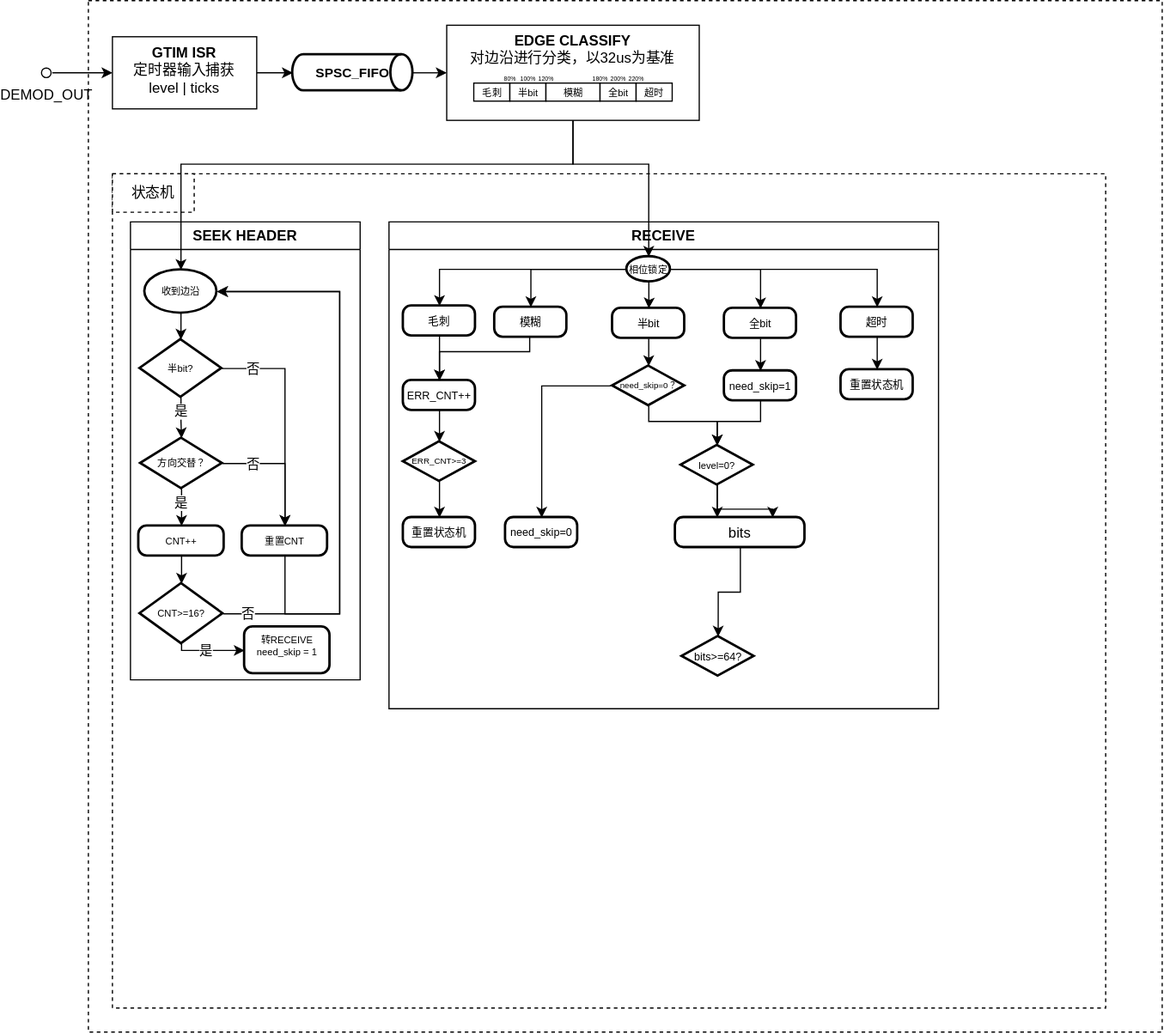
Siaiai/ObsidianNote keeps this draw.io diagram as 资源/drawio/1785915796819.drawio.svg. Above is the earlier version. Source tidied: cells renumbered, new cells last; positions are measured from the earlier drawing's top-left corner, leaving out a move shared by most shapes.
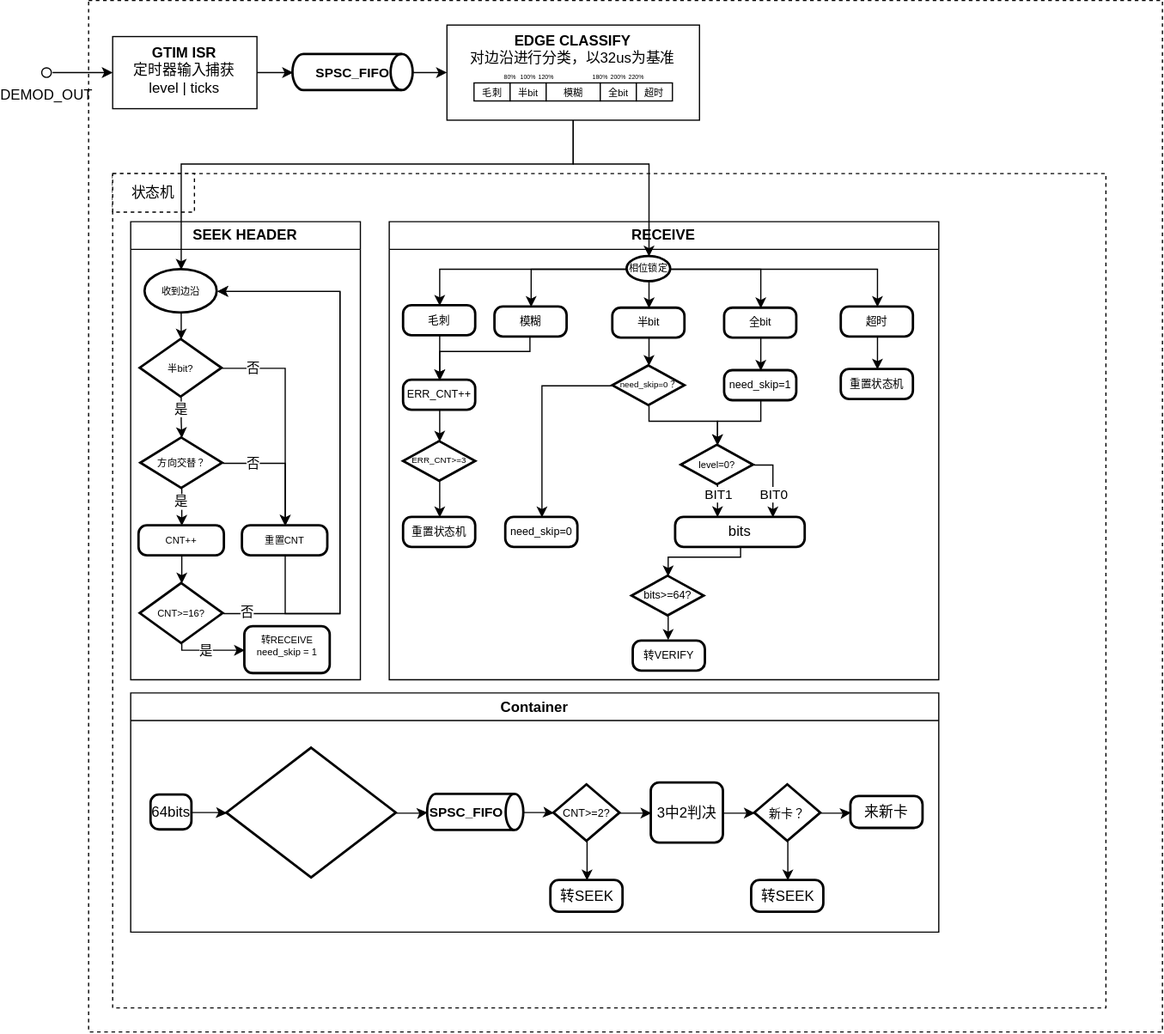
Above is the later version.

Commit message:
[自动]笔记同步:2026-08-05 22:24:48 涉及文件个数:2

Affected files:
.obsidian/workspace.json
资源/drawio/1785915796819.drawio.svg

The edit, as a diff of the source:
```diff
@@ -128,7 +128,7 @@
       </mxGeometry>
     </mxCell>
     <mxCell id="39" value="RECEIVE" style="swimlane;whiteSpace=wrap;html=1;" parent="1" vertex="1">
-      <mxGeometry x="290" y="184" width="457" height="405" as="geometry" />
+      <mxGeometry x="290" y="184" width="457" height="381" as="geometry" />
     </mxCell>
     <mxCell id="40" style="edgeStyle=orthogonalEdgeStyle;rounded=0;jettySize=auto;html=1;" parent="39" edge="1" source="45" target="47">
       <mxGeometry relative="1" as="geometry" />
@@ -205,20 +205,38 @@
     </mxCell>
     <mxCell id="60" style="edgeStyle=orthogonalEdgeStyle;rounded=0;jettySize=auto;html=1;" parent="39" edge="1" source="62">
       <mxGeometry relative="1" as="geometry">
-        <mxPoint x="273" y="246" as="targetPoint" />
+        <mxPoint x="273" y="245.8" as="targetPoint" />
       </mxGeometry>
     </mxCell>
+    <mxCell id="83" value="BIT1" style="edgeLabel;html=1;align=center;verticalAlign=middle;" parent="60" vertex="1">
+      <mxGeometry x="0.31" relative="1" as="geometry" />
+    </mxCell>
     <mxCell id="61" style="edgeStyle=orthogonalEdgeStyle;rounded=0;jettySize=auto;html=1;entryX=0.75;entryY=0;entryDx=0;entryDy=0;" parent="39" edge="1" source="62" target="59">
-      <mxGeometry relative="1" as="geometry" />
+      <mxGeometry relative="1" as="geometry">
+        <Array as="points">
+          <mxPoint x="319.1" y="202.5" />
+        </Array>
+      </mxGeometry>
     </mxCell>
+    <mxCell id="84" value="BIT0" style="edgeLabel;html=1;align=center;verticalAlign=middle;" parent="61" vertex="1">
+      <mxGeometry x="0.31" relative="1" as="geometry">
+        <mxPoint y="1" as="offset" />
+      </mxGeometry>
+    </mxCell>
     <mxCell id="62" value="level=0?" style="strokeWidth=2;html=1;shape=mxgraph.flowchart.decision;whiteSpace=wrap;fontSize=8;" parent="39" vertex="1">
       <mxGeometry x="243" y="186" width="60" height="33" as="geometry" />
     </mxCell>
     <mxCell id="63" value="bits&amp;gt;=64?" style="strokeWidth=2;html=1;shape=mxgraph.flowchart.decision;whiteSpace=wrap;fontSize=9;" parent="39" vertex="1">
-      <mxGeometry x="243.8" y="345" width="60" height="33" as="geometry" />
+      <mxGeometry x="202" y="295" width="60" height="33" as="geometry" />
     </mxCell>
     <mxCell id="64" style="edgeStyle=orthogonalEdgeStyle;rounded=0;jettySize=auto;html=1;entryX=0.5;entryY=0;entryDx=0;entryDy=0;entryPerimeter=0;" parent="39" edge="1" source="59" target="63">
-      <mxGeometry relative="1" as="geometry" />
+      <mxGeometry relative="1" as="geometry">
+        <Array as="points">
+          <mxPoint x="292.2" y="279" />
+          <mxPoint x="232" y="279" />
+          <mxPoint x="232" y="295" />
+        </Array>
+      </mxGeometry>
     </mxCell>
     <mxCell id="65" value="重置状态机" style="rounded=1;whiteSpace=wrap;html=1;absoluteArcSize=1;arcSize=14;strokeWidth=2;fontFamily=Helvetica;fontSize=9;fontColor=default;fontStyle=0;align=center;verticalAlign=middle;" parent="39" vertex="1">
       <mxGeometry x="376" y="123" width="60" height="25" as="geometry" />
@@ -257,6 +275,12 @@
         </Array>
       </mxGeometry>
     </mxCell>
+    <mxCell id="85" value="转VERIFY" style="rounded=1;whiteSpace=wrap;html=1;absoluteArcSize=1;arcSize=14;strokeWidth=2;fontSize=9;fontFamily=Helvetica;fontColor=default;fontStyle=0;align=center;verticalAlign=middle;" parent="39" vertex="1">
+      <mxGeometry x="203" y="349" width="60" height="25" as="geometry" />
+    </mxCell>
+    <mxCell id="86" style="edgeStyle=orthogonalEdgeStyle;rounded=0;jettySize=auto;html=1;entryX=0.493;entryY=-0.048;entryDx=0;entryDy=0;entryPerimeter=0;" parent="39" edge="1" source="63" target="85">
+      <mxGeometry relative="1" as="geometry" />
+    </mxCell>
     <mxCell id="74" style="edgeStyle=orthogonalEdgeStyle;rounded=0;jettySize=auto;html=1;entryX=0.5;entryY=0;entryDx=0;entryDy=0;entryPerimeter=0;" parent="1" edge="1" source="8" target="24">
       <mxGeometry relative="1" as="geometry">
         <Array as="points">
@@ -303,5 +327,59 @@
         </Array>
       </mxGeometry>
     </mxCell>
+    <mxCell id="87" value="Container" style="swimlane;" parent="1" vertex="1">
+      <mxGeometry x="75" y="576" width="672" height="199" as="geometry" />
+    </mxCell>
+    <mxCell id="88" value="64bits" style="rounded=1;whiteSpace=wrap;html=1;absoluteArcSize=1;arcSize=14;strokeWidth=2;" parent="87" vertex="1">
+      <mxGeometry x="17" y="85" width="34" height="29" as="geometry" />
+    </mxCell>
+    <mxCell id="89" style="strokeWidth=2;html=1;shape=mxgraph.flowchart.decision;whiteSpace=wrap;" parent="87" vertex="1">
+      <mxGeometry x="80" y="46" width="141" height="108" as="geometry" />
+    </mxCell>
+    <mxCell id="90" value="&lt;font face=&quot;Helvetica&quot; style=&quot;font-size: 11px;&quot;&gt;&lt;b style=&quot;&quot;&gt;SPSC_FIFO&lt;/b&gt;&lt;/font&gt;" style="strokeWidth=2;html=1;shape=mxgraph.flowchart.direct_data;whiteSpace=wrap;align=left;" parent="87" vertex="1">
+      <mxGeometry x="247" y="84.5" width="80" height="30" as="geometry" />
+    </mxCell>
+    <mxCell id="91" style="edgeStyle=orthogonalEdgeStyle;rounded=0;jettySize=auto;html=1;entryX=0;entryY=0.5;entryDx=0;entryDy=0;" parent="87" edge="1" source="93" target="94">
+      <mxGeometry relative="1" as="geometry" />
+    </mxCell>
+    <mxCell id="92" style="edgeStyle=orthogonalEdgeStyle;rounded=0;jettySize=auto;html=1;entryX=0.5;entryY=0;entryDx=0;entryDy=0;" parent="87" edge="1" source="93" target="98">
+      <mxGeometry relative="1" as="geometry" />
+    </mxCell>
+    <mxCell id="93" value="CNT&amp;gt;=2?" style="strokeWidth=2;html=1;shape=mxgraph.flowchart.decision;whiteSpace=wrap;fontSize=9;" parent="87" vertex="1">
+      <mxGeometry x="352" y="76.5" width="55" height="47" as="geometry" />
+    </mxCell>
+    <mxCell id="94" value="3中2判决" style="rounded=1;whiteSpace=wrap;html=1;absoluteArcSize=1;arcSize=14;strokeWidth=2;" parent="87" vertex="1">
+      <mxGeometry x="433" y="75" width="60" height="50" as="geometry" />
+    </mxCell>
+    <mxCell id="95" style="edgeStyle=orthogonalEdgeStyle;rounded=0;jettySize=auto;html=1;entryX=0.5;entryY=0;entryDx=0;entryDy=0;" parent="87" edge="1" source="97" target="99">
+      <mxGeometry relative="1" as="geometry" />
+    </mxCell>
+    <mxCell id="96" style="edgeStyle=orthogonalEdgeStyle;rounded=0;jettySize=auto;html=1;entryX=0;entryY=0.5;entryDx=0;entryDy=0;" parent="87" edge="1" source="97" target="104">
+      <mxGeometry relative="1" as="geometry" />
+    </mxCell>
+    <mxCell id="97" value="新卡？" style="strokeWidth=2;html=1;shape=mxgraph.flowchart.decision;whiteSpace=wrap;fontSize=10;" parent="87" vertex="1">
+      <mxGeometry x="519" y="76.5" width="55" height="47" as="geometry" />
+    </mxCell>
+    <mxCell id="98" value="转SEEK" style="rounded=1;whiteSpace=wrap;html=1;absoluteArcSize=1;arcSize=14;strokeWidth=2;" parent="87" vertex="1">
+      <mxGeometry x="349.5" y="156" width="60" height="26.5" as="geometry" />
+    </mxCell>
+    <mxCell id="99" value="转SEEK" style="rounded=1;whiteSpace=wrap;html=1;absoluteArcSize=1;arcSize=14;strokeWidth=2;" parent="87" vertex="1">
+      <mxGeometry x="516.5" y="156" width="60" height="26.5" as="geometry" />
+    </mxCell>
+    <mxCell id="100" style="edgeStyle=orthogonalEdgeStyle;rounded=0;jettySize=auto;html=1;entryX=0;entryY=0.5;entryDx=0;entryDy=0;entryPerimeter=0;" parent="87" edge="1" source="88" target="89">
+      <mxGeometry relative="1" as="geometry" />
+    </mxCell>
+    <mxCell id="101" style="edgeStyle=orthogonalEdgeStyle;rounded=0;jettySize=auto;html=1;entryX=0;entryY=0.5;entryDx=0;entryDy=0;entryPerimeter=0;" parent="87" edge="1" source="89" target="90">
+      <mxGeometry relative="1" as="geometry" />
+    </mxCell>
+    <mxCell id="102" style="edgeStyle=orthogonalEdgeStyle;rounded=0;jettySize=auto;html=1;entryX=0;entryY=0.5;entryDx=0;entryDy=0;entryPerimeter=0;" parent="87" edge="1" source="90" target="93">
+      <mxGeometry relative="1" as="geometry" />
+    </mxCell>
+    <mxCell id="103" style="edgeStyle=orthogonalEdgeStyle;rounded=0;jettySize=auto;html=1;entryX=0;entryY=0.5;entryDx=0;entryDy=0;entryPerimeter=0;" parent="87" edge="1" source="94" target="97">
+      <mxGeometry relative="1" as="geometry" />
+    </mxCell>
+    <mxCell id="104" value="来新卡" style="rounded=1;whiteSpace=wrap;html=1;absoluteArcSize=1;arcSize=14;strokeWidth=2;fontStyle=0;" parent="87" vertex="1">
+      <mxGeometry x="599" y="86.2" width="60" height="26.5" as="geometry" />
+    </mxCell>
   </root>
 </mxGraphModel>
```
